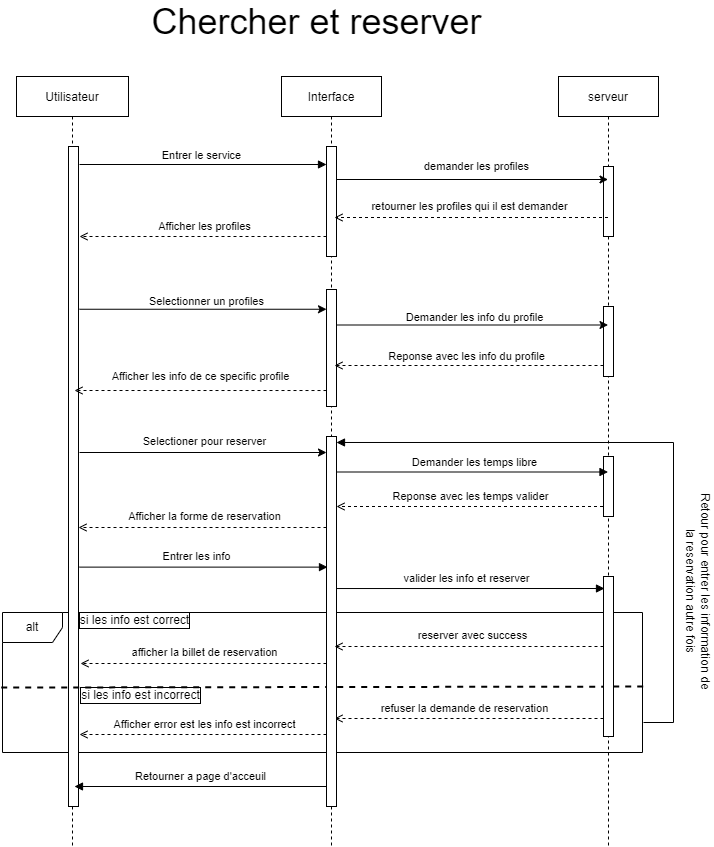
This is CDC & Consiption/diagramme_sequance/recherch_et_reserver.png from StailiAbdessalam/file-roue-sport-time-, a draw.io export, as it was before one commit. Source tidied: cells renumbered, new cells last; positions are measured from the earlier drawing's top-left corner, leaving out a move shared by most shapes. Its diagram source:
```xml
<mxGraphModel background="#ffffff">
  <root>
    <mxCell id="0" />
    <mxCell id="1" parent="0" />
    <mxCell id="2" value="Utilisateur" style="shape=umlLifeline;perimeter=lifelinePerimeter;rounded=0;shadow=0;strokeWidth=1;" parent="1" vertex="1">
      <mxGeometry x="14" y="70" width="112" height="770" as="geometry" />
    </mxCell>
    <mxCell id="3" value="alt" style="shape=umlFrame;whiteSpace=wrap;html=1;" parent="2" vertex="1">
      <mxGeometry x="-14" y="536" width="640" height="140" as="geometry" />
    </mxCell>
    <mxCell id="4" style="perimeter=orthogonalPerimeter;rounded=0;shadow=0;strokeWidth=1;" parent="2" vertex="1">
      <mxGeometry x="52" y="70" width="10" height="660" as="geometry" />
    </mxCell>
    <mxCell id="5" style="endArrow=none;dashed=1;html=1;rounded=0;entryX=1.003;entryY=0.529;entryDx=0;entryDy=0;entryPerimeter=0;strokeWidth=2;exitX=-0.002;exitY=0.536;exitDx=0;exitDy=0;exitPerimeter=0;" parent="2" edge="1" source="3" target="3">
      <mxGeometry relative="1" as="geometry" />
    </mxCell>
    <mxCell id="6" value="si les info est correct" style="text;html=1;strokeColor=none;fillColor=none;align=center;verticalAlign=middle;whiteSpace=wrap;rounded=0;labelBorderColor=default;" parent="2" vertex="1">
      <mxGeometry x="46" y="529" width="145" height="30" as="geometry" />
    </mxCell>
    <mxCell id="7" value="refuser la demande de reservation" style="edgeStyle=none;rounded=0;orthogonalLoop=1;jettySize=auto;html=1;entryX=0.8;entryY=0.647;entryDx=0;entryDy=0;entryPerimeter=0;endArrow=open;endFill=0;strokeWidth=1;dashed=1;" parent="2" edge="1">
      <mxGeometry x="0.03" y="-10" relative="1" as="geometry">
        <mxPoint x="587" y="642" as="sourcePoint" />
        <mxPoint x="318" y="642" as="targetPoint" />
      </mxGeometry>
    </mxCell>
    <mxCell id="8" value="Interface" style="shape=umlLifeline;perimeter=lifelinePerimeter;rounded=0;shadow=0;strokeWidth=1;" parent="1" vertex="1">
      <mxGeometry x="279" y="70" width="100" height="770" as="geometry" />
    </mxCell>
    <mxCell id="9" style="perimeter=orthogonalPerimeter;rounded=0;shadow=0;strokeWidth=1;" parent="8" vertex="1">
      <mxGeometry x="45" y="70" width="10" height="110" as="geometry" />
    </mxCell>
    <mxCell id="10" style="points=[];perimeter=orthogonalPerimeter;rounded=0;shadow=0;strokeWidth=1;" parent="8" vertex="1">
      <mxGeometry x="45" y="360" width="10" height="370" as="geometry" />
    </mxCell>
    <mxCell id="11" value="Reponse avec les temps valider" style="edgeStyle=none;rounded=0;orthogonalLoop=1;jettySize=auto;html=1;endArrow=open;endFill=0;dashed=1;" parent="8" edge="1">
      <mxGeometry x="0.02" y="-10" relative="1" as="geometry">
        <mxPoint x="327.5" y="430" as="sourcePoint" />
        <mxPoint x="55" y="430" as="targetPoint" />
      </mxGeometry>
    </mxCell>
    <mxCell id="12" value="afficher la billet de reservation" style="edgeStyle=none;rounded=0;orthogonalLoop=1;jettySize=auto;html=1;entryX=1.1;entryY=0.922;entryDx=0;entryDy=0;entryPerimeter=0;dashed=1;endArrow=open;endFill=0;strokeWidth=1;" parent="8" edge="1">
      <mxGeometry x="-0.01" y="-11" relative="1" as="geometry">
        <mxPoint x="45" y="587" as="sourcePoint" />
        <mxPoint x="-201" y="587" as="targetPoint" />
      </mxGeometry>
    </mxCell>
    <mxCell id="13" value="Afficher error est les info est incorrect" style="edgeStyle=none;rounded=0;orthogonalLoop=1;jettySize=auto;html=1;entryX=1;entryY=0.825;entryDx=0;entryDy=0;entryPerimeter=0;dashed=1;endArrow=open;endFill=0;strokeWidth=1;" parent="8" edge="1">
      <mxGeometry x="-0.01" y="-10" relative="1" as="geometry">
        <mxPoint x="45" y="658" as="sourcePoint" />
        <mxPoint x="-202" y="658" as="targetPoint" />
      </mxGeometry>
    </mxCell>
    <mxCell id="14" value="Entrer le service " style="verticalAlign=bottom;endArrow=block;entryX=0;entryY=0;shadow=0;strokeWidth=1;" parent="1" edge="1">
      <mxGeometry relative="1" as="geometry">
        <mxPoint x="77" y="158" as="sourcePoint" />
        <mxPoint x="324" y="158" as="targetPoint" />
      </mxGeometry>
    </mxCell>
    <mxCell id="15" value="serveur" style="shape=umlLifeline;perimeter=lifelinePerimeter;rounded=0;shadow=0;strokeWidth=1;" parent="1" vertex="1">
      <mxGeometry x="556" y="70" width="100" height="770" as="geometry" />
    </mxCell>
    <mxCell id="16" style="perimeter=orthogonalPerimeter;rounded=0;shadow=0;strokeWidth=1;" parent="15" vertex="1">
      <mxGeometry x="45" y="90" width="10" height="70" as="geometry" />
    </mxCell>
    <mxCell id="17" style="perimeter=orthogonalPerimeter;rounded=0;shadow=0;strokeWidth=1;" parent="15" vertex="1">
      <mxGeometry x="45" y="230" width="10" height="70" as="geometry" />
    </mxCell>
    <mxCell id="18" style="edgeStyle=none;rounded=0;jettySize=auto;html=1;endArrow=open;endFill=0;" parent="15" edge="1" source="19" target="15">
      <mxGeometry relative="1" as="geometry" />
    </mxCell>
    <mxCell id="19" style="points=[];perimeter=orthogonalPerimeter;rounded=0;shadow=0;strokeWidth=1;" parent="15" vertex="1">
      <mxGeometry x="45" y="380" width="10" height="60" as="geometry" />
    </mxCell>
    <mxCell id="20" style="perimeter=orthogonalPerimeter;rounded=0;shadow=0;strokeWidth=1;" parent="15" vertex="1">
      <mxGeometry x="45" y="500" width="10" height="160" as="geometry" />
    </mxCell>
    <mxCell id="21" value="demander les profiles" style="rounded=0;jettySize=auto;html=1;" parent="1" edge="1" target="15">
      <mxGeometry x="0.03" y="13" relative="1" as="geometry">
        <mxPoint x="334" y="173" as="sourcePoint" />
      </mxGeometry>
    </mxCell>
    <mxCell id="22" value="retourner les profiles qui il est demander" style="edgeStyle=none;rounded=0;jettySize=auto;html=1;endArrow=open;endFill=0;dashed=1;" parent="1" edge="1" source="15">
      <mxGeometry x="0.02" y="-11" relative="1" as="geometry">
        <mxPoint x="332" y="211" as="targetPoint" />
      </mxGeometry>
    </mxCell>
    <mxCell id="23" value="Afficher les profiles" style="edgeStyle=none;rounded=0;orthogonalLoop=1;jettySize=auto;html=1;dashed=1;endArrow=open;endFill=0;" parent="1" edge="1">
      <mxGeometry x="-0.01" y="-10" relative="1" as="geometry">
        <mxPoint x="324" y="230" as="sourcePoint" />
        <mxPoint x="77" y="230" as="targetPoint" />
      </mxGeometry>
    </mxCell>
    <mxCell id="24" style="edgeStyle=none;rounded=0;orthogonalLoop=1;jettySize=auto;html=1;entryX=1;entryY=0.5;entryDx=0;entryDy=0;dashed=1;endArrow=open;endFill=0;strokeWidth=1;" parent="1" edge="1">
      <mxGeometry relative="1" as="geometry">
        <mxPoint x="582" y="250" as="sourcePoint" />
        <mxPoint x="582" y="250" as="targetPoint" />
      </mxGeometry>
    </mxCell>
    <mxCell id="25" value="&lt;span style=&quot;font-size: 36px&quot;&gt;Chercher et reserver&lt;/span&gt;" style="text;html=1;strokeColor=none;fillColor=none;align=center;verticalAlign=middle;whiteSpace=wrap;rounded=0;labelBorderColor=none;" parent="1" vertex="1">
      <mxGeometry x="122" width="385" height="30" as="geometry" />
    </mxCell>
    <mxCell id="26" value="Demander les info du&amp;nbsp;profile" style="edgeStyle=none;rounded=0;orthogonalLoop=1;jettySize=auto;html=1;" parent="1" edge="1">
      <mxGeometry x="0.02" y="9" relative="1" as="geometry">
        <mxPoint x="334" y="318.5" as="sourcePoint" />
        <mxPoint x="605.5" y="318.5" as="targetPoint" />
        <mxPoint y="1" as="offset" />
      </mxGeometry>
    </mxCell>
    <mxCell id="27" value="Afficher les info de ce specific profile" style="edgeStyle=none;rounded=0;orthogonalLoop=1;jettySize=auto;html=1;dashed=1;endArrow=open;endFill=0;" parent="1" edge="1">
      <mxGeometry y="-14" relative="1" as="geometry">
        <mxPoint x="324" y="384" as="sourcePoint" />
        <mxPoint x="72" y="384" as="targetPoint" />
      </mxGeometry>
    </mxCell>
    <mxCell id="28" style="points=[];perimeter=orthogonalPerimeter;rounded=0;shadow=0;strokeWidth=1;" parent="1" vertex="1">
      <mxGeometry x="324" y="283" width="10" height="117" as="geometry" />
    </mxCell>
    <mxCell id="29" value="Selectionner un profiles" style="rounded=0;jettySize=auto;html=1;" parent="1" edge="1" target="28">
      <mxGeometry x="0.02" y="8" relative="1" as="geometry">
        <mxPoint x="77" y="302.8" as="sourcePoint" />
      </mxGeometry>
    </mxCell>
    <mxCell id="30" value="Reponse avec les info du profile" style="edgeStyle=none;rounded=0;orthogonalLoop=1;jettySize=auto;html=1;dashed=1;endArrow=open;endFill=0;" parent="1" edge="1">
      <mxGeometry x="0.02" y="-9" relative="1" as="geometry">
        <mxPoint x="601" y="359" as="sourcePoint" />
        <mxPoint x="332" y="359" as="targetPoint" />
      </mxGeometry>
    </mxCell>
    <mxCell id="31" value="Selectioner pour reserver" style="edgeStyle=none;rounded=0;orthogonalLoop=1;jettySize=auto;html=1;" parent="1" edge="1">
      <mxGeometry x="0.01" y="11" relative="1" as="geometry">
        <mxPoint x="77" y="446" as="sourcePoint" />
        <mxPoint x="324" y="446" as="targetPoint" />
      </mxGeometry>
    </mxCell>
    <mxCell id="32" value="Demander les temps libre" style="edgeStyle=none;rounded=0;orthogonalLoop=1;jettySize=auto;html=1;endArrow=block;endFill=1;" parent="1" edge="1">
      <mxGeometry x="0.02" y="11" relative="1" as="geometry">
        <mxPoint x="334" y="465.5" as="sourcePoint" />
        <mxPoint x="605.5" y="465.5" as="targetPoint" />
        <mxPoint y="1" as="offset" />
      </mxGeometry>
    </mxCell>
    <mxCell id="33" value="Afficher la forme de reservation" style="edgeStyle=none;rounded=0;orthogonalLoop=1;jettySize=auto;html=1;dashed=1;endArrow=open;endFill=0;entryX=0.9;entryY=0.696;entryDx=0;entryDy=0;entryPerimeter=0;" parent="1" edge="1">
      <mxGeometry x="-0.02" y="-11" relative="1" as="geometry">
        <mxPoint x="324" y="521" as="sourcePoint" />
        <mxPoint x="76" y="521" as="targetPoint" />
      </mxGeometry>
    </mxCell>
    <mxCell id="34" value="Entrer les info" style="edgeStyle=none;rounded=0;orthogonalLoop=1;jettySize=auto;html=1;entryX=0.1;entryY=0.771;entryDx=0;entryDy=0;entryPerimeter=0;endArrow=block;endFill=1;" parent="1" edge="1">
      <mxGeometry x="-0.05" y="11" relative="1" as="geometry">
        <mxPoint x="77" y="560.6" as="sourcePoint" />
        <mxPoint x="325" y="560.6" as="targetPoint" />
      </mxGeometry>
    </mxCell>
    <mxCell id="35" value="valider les info et reserver" style="edgeStyle=none;rounded=0;orthogonalLoop=1;jettySize=auto;html=1;endArrow=block;endFill=1;" parent="1" edge="1">
      <mxGeometry x="-0.03" y="10" relative="1" as="geometry">
        <mxPoint x="334" y="582" as="sourcePoint" />
        <mxPoint x="602" y="582" as="targetPoint" />
      </mxGeometry>
    </mxCell>
    <mxCell id="36" value="reserver avec success" style="edgeStyle=none;rounded=0;orthogonalLoop=1;jettySize=auto;html=1;dashed=1;endArrow=open;endFill=0;strokeWidth=1;" parent="1" edge="1">
      <mxGeometry x="-0.03" y="-11" relative="1" as="geometry">
        <mxPoint x="601" y="640" as="sourcePoint" />
        <mxPoint x="332" y="640" as="targetPoint" />
      </mxGeometry>
    </mxCell>
    <mxCell id="37" value="Retourner a page d'acceuil" style="edgeStyle=none;rounded=0;jettySize=auto;html=1;endArrow=block;endFill=1;strokeWidth=1;" parent="1" edge="1" source="10">
      <mxGeometry y="-10" relative="1" as="geometry">
        <mxPoint x="72" y="780" as="targetPoint" />
      </mxGeometry>
    </mxCell>
    <mxCell id="38" value="si les info est incorrect" style="text;html=1;strokeColor=none;fillColor=none;align=center;verticalAlign=middle;whiteSpace=wrap;rounded=0;labelBorderColor=default;" parent="1" vertex="1">
      <mxGeometry x="66" y="674" width="145" height="30" as="geometry" />
    </mxCell>
    <mxCell id="39" value="Retour pour entrer les information de la reservation autre fois" style="text;html=1;strokeColor=none;fillColor=none;align=center;verticalAlign=middle;whiteSpace=wrap;rounded=0;labelBorderColor=none;rotation=90;" parent="1" vertex="1">
      <mxGeometry x="592" y="570" width="208" height="30" as="geometry" />
    </mxCell>
    <mxCell id="40" style="edgeStyle=orthogonalEdgeStyle;rounded=0;orthogonalLoop=1;jettySize=auto;html=1;entryX=1.1;entryY=0.027;entryDx=0;entryDy=0;entryPerimeter=0;endArrow=block;endFill=1;strokeWidth=1;" parent="1" edge="1">
      <mxGeometry relative="1" as="geometry">
        <mxPoint x="641" y="716" as="sourcePoint" />
        <mxPoint x="334" y="436" as="targetPoint" />
        <Array as="points">
          <mxPoint x="671" y="716" />
          <mxPoint x="671" y="436" />
        </Array>
      </mxGeometry>
    </mxCell>
  </root>
</mxGraphModel>
```
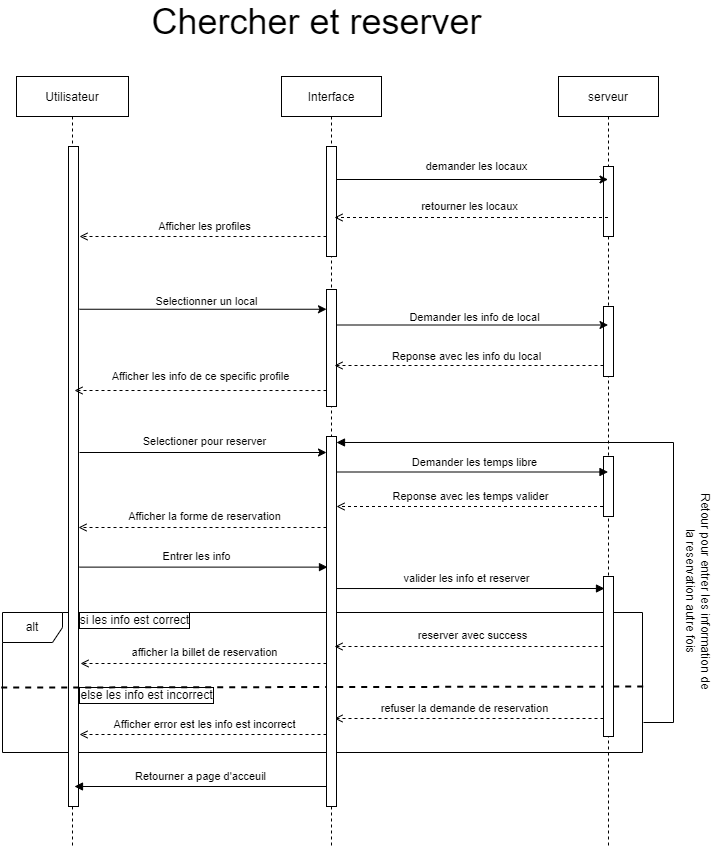
Above is the later version.

What changed in the source:
```diff
@@ -50,12 +50,6 @@
         <mxPoint x="-202" y="658" as="targetPoint" />
       </mxGeometry>
     </mxCell>
-    <mxCell id="14" value="Entrer le service " style="verticalAlign=bottom;endArrow=block;entryX=0;entryY=0;shadow=0;strokeWidth=1;" parent="1" edge="1">
-      <mxGeometry relative="1" as="geometry">
-        <mxPoint x="77" y="158" as="sourcePoint" />
-        <mxPoint x="324" y="158" as="targetPoint" />
-      </mxGeometry>
-    </mxCell>
     <mxCell id="15" value="serveur" style="shape=umlLifeline;perimeter=lifelinePerimeter;rounded=0;shadow=0;strokeWidth=1;" parent="1" vertex="1">
       <mxGeometry x="556" y="70" width="100" height="770" as="geometry" />
     </mxCell>
@@ -74,12 +68,12 @@
     <mxCell id="20" style="perimeter=orthogonalPerimeter;rounded=0;shadow=0;strokeWidth=1;" parent="15" vertex="1">
       <mxGeometry x="45" y="500" width="10" height="160" as="geometry" />
     </mxCell>
-    <mxCell id="21" value="demander les profiles" style="rounded=0;jettySize=auto;html=1;" parent="1" edge="1" target="15">
+    <mxCell id="21" value="demander les locaux" style="rounded=0;jettySize=auto;html=1;" parent="1" edge="1" target="15">
       <mxGeometry x="0.03" y="13" relative="1" as="geometry">
         <mxPoint x="334" y="173" as="sourcePoint" />
       </mxGeometry>
     </mxCell>
-    <mxCell id="22" value="retourner les profiles qui il est demander" style="edgeStyle=none;rounded=0;jettySize=auto;html=1;endArrow=open;endFill=0;dashed=1;" parent="1" edge="1" source="15">
+    <mxCell id="22" value="retourner les locaux" style="edgeStyle=none;rounded=0;jettySize=auto;html=1;endArrow=open;endFill=0;dashed=1;" parent="1" edge="1" source="15">
       <mxGeometry x="0.02" y="-11" relative="1" as="geometry">
         <mxPoint x="332" y="211" as="targetPoint" />
       </mxGeometry>
@@ -99,7 +93,7 @@
     <mxCell id="25" value="&lt;span style=&quot;font-size: 36px&quot;&gt;Chercher et reserver&lt;/span&gt;" style="text;html=1;strokeColor=none;fillColor=none;align=center;verticalAlign=middle;whiteSpace=wrap;rounded=0;labelBorderColor=none;" parent="1" vertex="1">
       <mxGeometry x="122" width="385" height="30" as="geometry" />
     </mxCell>
-    <mxCell id="26" value="Demander les info du&amp;nbsp;profile" style="edgeStyle=none;rounded=0;orthogonalLoop=1;jettySize=auto;html=1;" parent="1" edge="1">
+    <mxCell id="26" value="Demander les info de local" style="edgeStyle=none;rounded=0;orthogonalLoop=1;jettySize=auto;html=1;" parent="1" edge="1">
       <mxGeometry x="0.02" y="9" relative="1" as="geometry">
         <mxPoint x="334" y="318.5" as="sourcePoint" />
         <mxPoint x="605.5" y="318.5" as="targetPoint" />
@@ -115,12 +109,12 @@
     <mxCell id="28" style="points=[];perimeter=orthogonalPerimeter;rounded=0;shadow=0;strokeWidth=1;" parent="1" vertex="1">
       <mxGeometry x="324" y="283" width="10" height="117" as="geometry" />
     </mxCell>
-    <mxCell id="29" value="Selectionner un profiles" style="rounded=0;jettySize=auto;html=1;" parent="1" edge="1" target="28">
+    <mxCell id="29" value="Selectionner un local" style="rounded=0;jettySize=auto;html=1;" parent="1" edge="1" target="28">
       <mxGeometry x="0.02" y="8" relative="1" as="geometry">
         <mxPoint x="77" y="302.8" as="sourcePoint" />
       </mxGeometry>
     </mxCell>
-    <mxCell id="30" value="Reponse avec les info du profile" style="edgeStyle=none;rounded=0;orthogonalLoop=1;jettySize=auto;html=1;dashed=1;endArrow=open;endFill=0;" parent="1" edge="1">
+    <mxCell id="30" value="Reponse avec les info du local" style="edgeStyle=none;rounded=0;orthogonalLoop=1;jettySize=auto;html=1;dashed=1;endArrow=open;endFill=0;" parent="1" edge="1">
       <mxGeometry x="0.02" y="-9" relative="1" as="geometry">
         <mxPoint x="601" y="359" as="sourcePoint" />
         <mxPoint x="332" y="359" as="targetPoint" />
@@ -168,8 +162,8 @@
         <mxPoint x="72" y="780" as="targetPoint" />
       </mxGeometry>
     </mxCell>
-    <mxCell id="38" value="si les info est incorrect" style="text;html=1;strokeColor=none;fillColor=none;align=center;verticalAlign=middle;whiteSpace=wrap;rounded=0;labelBorderColor=default;" parent="1" vertex="1">
-      <mxGeometry x="66" y="674" width="145" height="30" as="geometry" />
+    <mxCell id="38" value="else les info est incorrect" style="text;html=1;strokeColor=none;fillColor=none;align=center;verticalAlign=middle;whiteSpace=wrap;rounded=0;labelBorderColor=default;" parent="1" vertex="1">
+      <mxGeometry x="72" y="674" width="145" height="30" as="geometry" />
     </mxCell>
     <mxCell id="39" value="Retour pour entrer les information de la reservation autre fois" style="text;html=1;strokeColor=none;fillColor=none;align=center;verticalAlign=middle;whiteSpace=wrap;rounded=0;labelBorderColor=none;rotation=90;" parent="1" vertex="1">
       <mxGeometry x="592" y="570" width="208" height="30" as="geometry" />
```
